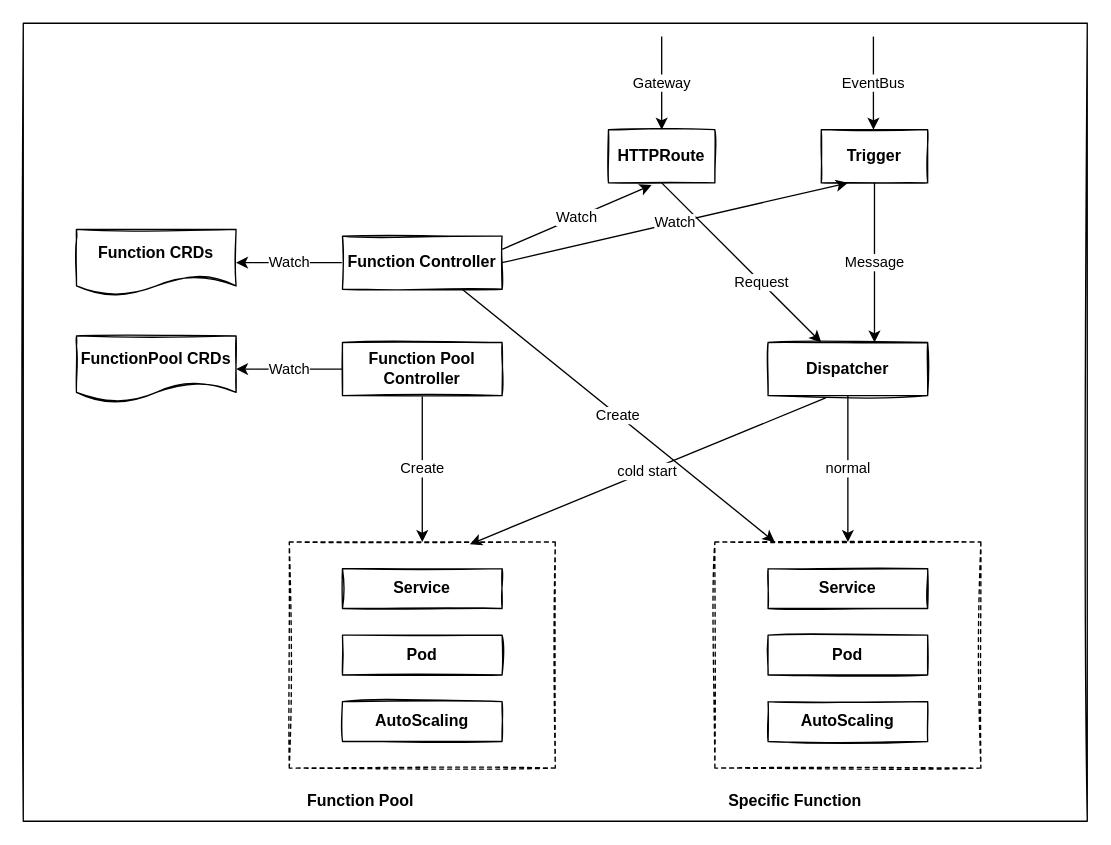
This is arch-pool.drawio from wrongerror/diagrams, a draw.io file, before an edit. Source tidied: cells renumbered, new cells numbered last; positions are measured from the earlier drawing's top-left corner, leaving out a move shared by most shapes. Both pictures are drawn from the tidied source at 133%, with x=0, y=0 at pixel (23, 23).
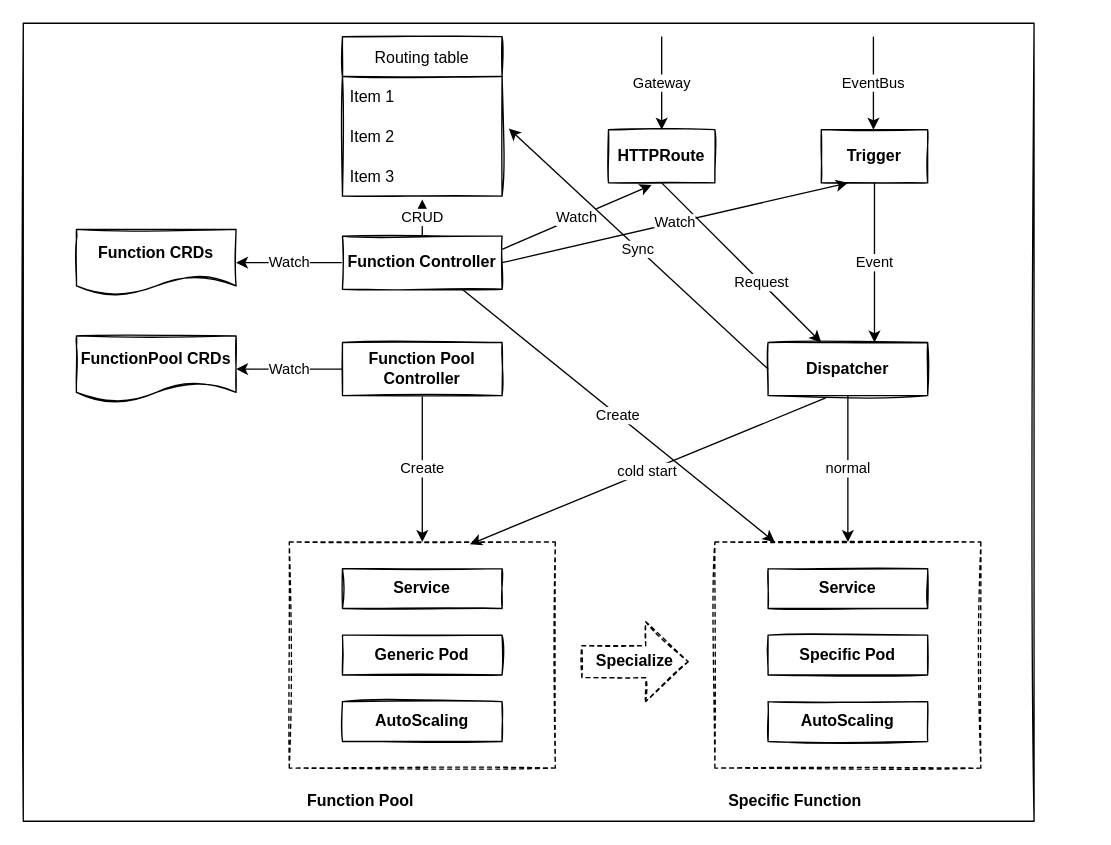
The same diagram, later.

Unchanged cells that the change refers to:
```xml
<mxCell id="6" value="Function Controller" style="rounded=0;whiteSpace=wrap;html=1;sketch=1;fontStyle=1;" parent="1" vertex="1">
  <mxGeometry x="240" y="160" width="120" height="40" as="geometry" />
</mxCell>
<mxCell id="8" value="Trigger" style="rounded=0;whiteSpace=wrap;html=1;sketch=1;fontStyle=1;" parent="1" vertex="1">
  <mxGeometry x="600" y="80" width="80" height="40" as="geometry" />
</mxCell>
<mxCell id="9" value="Dispatcher" style="rounded=0;whiteSpace=wrap;html=1;sketch=1;fontStyle=1;" parent="1" vertex="1">
  <mxGeometry x="560" y="240" width="120" height="40" as="geometry" />
</mxCell>
```

The edit, as a diff of the source:
```diff
@@
     <mxCell id="2" style="rounded=0;whiteSpace=wrap;html=1;sketch=1;fillColor=default;" parent="1" vertex="1">
-      <mxGeometry width="800" height="600" as="geometry" />
+      <mxGeometry width="760" height="600" as="geometry" />
     </mxCell>
@@
-    <mxCell id="17" value="Pod" style="rounded=0;whiteSpace=wrap;html=1;sketch=1;fontStyle=1;" parent="1" vertex="1">
+    <mxCell id="17" value="Generic Pod" style="rounded=0;whiteSpace=wrap;html=1;sketch=1;fontStyle=1;" parent="1" vertex="1">
       <mxGeometry x="240" y="460" width="120" height="30" as="geometry" />
     </mxCell>
@@
-    <mxCell id="20" value="Pod" style="rounded=0;whiteSpace=wrap;html=1;sketch=1;fontStyle=1;" parent="1" vertex="1">
+    <mxCell id="20" value="Specific Pod" style="rounded=0;whiteSpace=wrap;html=1;sketch=1;fontStyle=1;" parent="1" vertex="1">
       <mxGeometry x="560" y="460" width="120" height="30" as="geometry" />
     </mxCell>
@@
-    <mxCell id="25" value="Message" style="endArrow=classic;html=1;rounded=0;exitX=0.5;exitY=1;exitDx=0;exitDy=0;" parent="1" edge="1" source="8">
+    <mxCell id="25" value="Event" style="endArrow=classic;html=1;rounded=0;exitX=0.5;exitY=1;exitDx=0;exitDy=0;" parent="1" edge="1" source="8">
       <mxGeometry relative="1" as="geometry">
         <mxPoint x="640" y="240" as="targetPoint" />
       </mxGeometry>
     </mxCell>
@@
+    <mxCell id="32" value="Specialize" style="shape=singleArrow;whiteSpace=wrap;html=1;arrowWidth=0.4;arrowSize=0.4;rounded=0;sketch=1;dashed=1;fontStyle=1;" parent="1" vertex="1">
+      <mxGeometry x="420" y="450" width="80" height="60" as="geometry" />
+    </mxCell>
+    <mxCell id="33" value="Routing table" style="swimlane;fontStyle=0;horizontal=1;startSize=30;rounded=0;sketch=1;fillColor=default;" parent="1" vertex="1">
+      <mxGeometry x="240" y="10" width="120" height="120" as="geometry" />
+    </mxCell>
+    <mxCell id="34" value="Item 1" style="text;strokeColor=none;fillColor=none;align=left;verticalAlign=middle;spacingLeft=4;spacingRight=4;overflow=hidden;rounded=0;sketch=1;" parent="33" vertex="1">
+      <mxGeometry y="30" width="120" height="30" as="geometry" />
+    </mxCell>
+    <mxCell id="35" value="Item 2" style="text;strokeColor=none;fillColor=none;align=left;verticalAlign=middle;spacingLeft=4;spacingRight=4;overflow=hidden;points=[[0,0.5],[1,0.5]];portConstraint=eastwest;rounded=0;sketch=1;" parent="33" vertex="1">
+      <mxGeometry y="60" width="120" height="30" as="geometry" />
+    </mxCell>
+    <mxCell id="36" value="Item 3" style="text;strokeColor=none;fillColor=none;align=left;verticalAlign=middle;spacingLeft=4;spacingRight=4;overflow=hidden;points=[[0,0.5],[1,0.5]];portConstraint=eastwest;rounded=0;sketch=1;" parent="33" vertex="1">
+      <mxGeometry y="90" width="120" height="30" as="geometry" />
+    </mxCell>
+    <mxCell id="37" value="CRUD" style="endArrow=classic;html=1;rounded=0;exitX=0.5;exitY=0;exitDx=0;exitDy=0;entryX=0.5;entryY=1.083;entryDx=0;entryDy=0;entryPerimeter=0;" parent="1" edge="1" source="6" target="36">
+      <mxGeometry relative="1" as="geometry" />
+    </mxCell>
+    <mxCell id="38" value="Sync" style="endArrow=classic;html=1;rounded=0;exitX=0;exitY=0.5;exitDx=0;exitDy=0;entryX=1.042;entryY=0.306;entryDx=0;entryDy=0;entryPerimeter=0;" parent="1" edge="1" source="9" target="35">
+      <mxGeometry relative="1" as="geometry" />
+    </mxCell>
```
